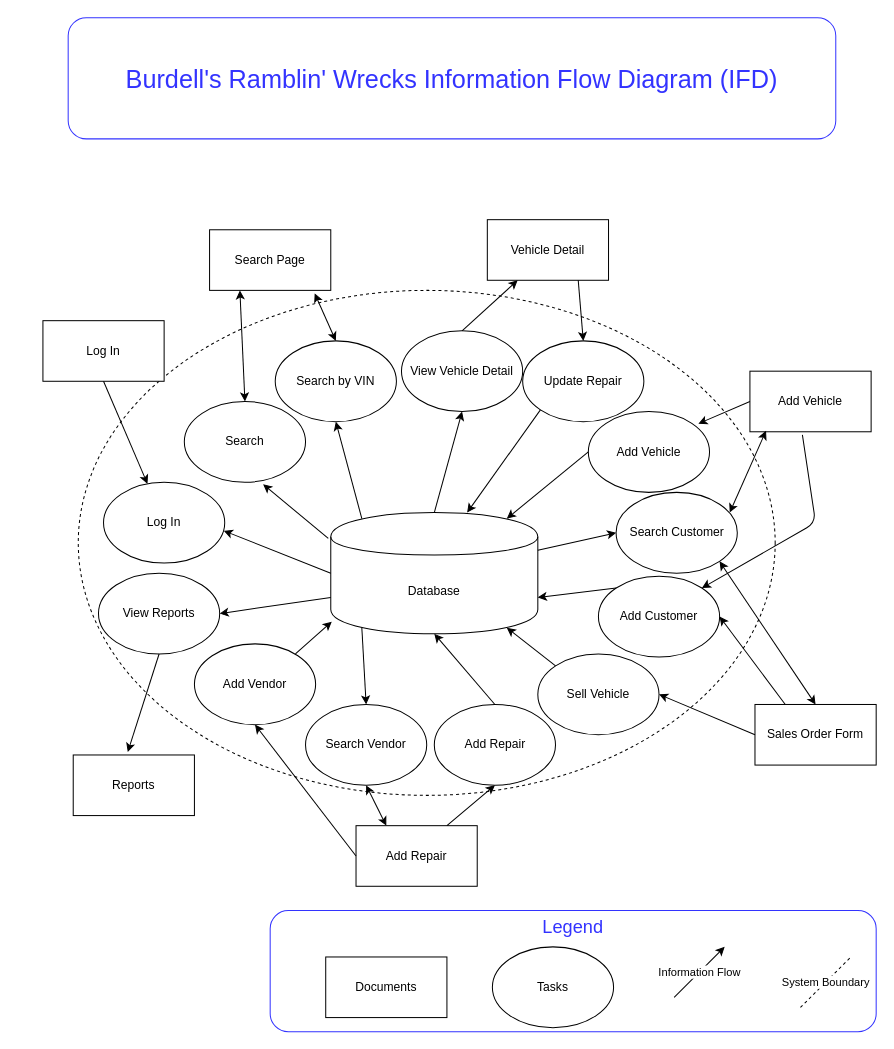
meetashok/cs6400-crud-app keeps this draw.io diagram as page "Copy of Page-1" (2 of 2) of phase_1/ifd_draft_v1.drawio. Above is the earlier version. Source tidied: cells renumbered, new cells numbered last; positions are measured from the earlier drawing's top-left corner, leaving out a move shared by most shapes. Both pictures are drawn from the tidied source at 101%, with x=0, y=0 at pixel (42, 17).
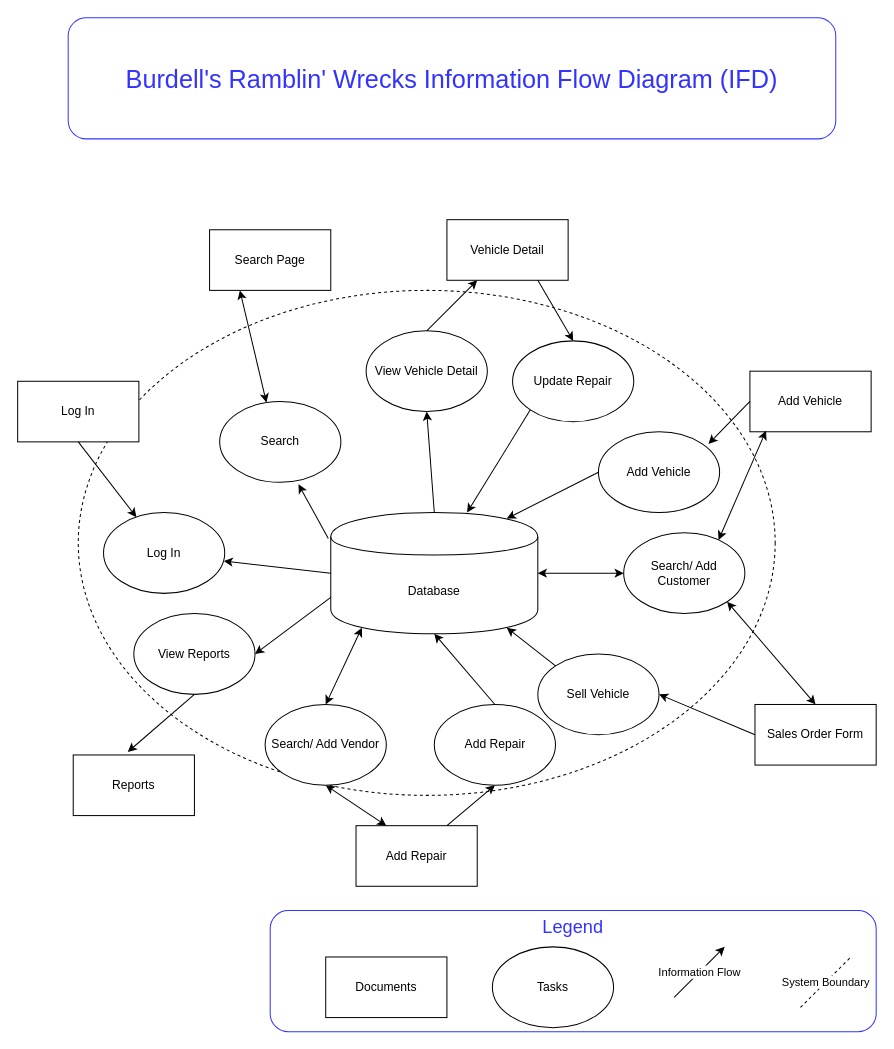
After the change.

Commit message (it also covers changes not shown here):
adding newly updated diagrams for EER and IFD

The change refers to these unchanged cells:
```xml
<mxCell id="3" value="Database" style="shape=cylinder;whiteSpace=wrap;html=1;boundedLbl=1;backgroundOutline=1;" parent="1" vertex="1">
  <mxGeometry x="285" y="490" width="205" height="120" as="geometry" />
</mxCell>
<mxCell id="5" value="Search Page" style="rounded=0;whiteSpace=wrap;html=1;" parent="1" vertex="1">
  <mxGeometry x="165" y="210" width="120" height="60" as="geometry" />
</mxCell>
<mxCell id="7" value="Add Vehicle" style="rounded=0;whiteSpace=wrap;html=1;" parent="1" vertex="1">
  <mxGeometry x="700" y="350" width="120" height="60" as="geometry" />
</mxCell>
<mxCell id="18" value="Add Repair" style="rounded=0;whiteSpace=wrap;html=1;" parent="1" vertex="1">
  <mxGeometry x="310" y="800" width="120" height="60" as="geometry" />
</mxCell>
<mxCell id="19" value="Sales Order Form" style="rounded=0;whiteSpace=wrap;html=1;" parent="1" vertex="1">
  <mxGeometry x="705" y="680" width="120" height="60" as="geometry" />
</mxCell>
```

The edit, as a diff of the source:
```diff
@@
     <mxCell id="4" value="Log In" style="rounded=0;whiteSpace=wrap;html=1;" parent="1" vertex="1">
-      <mxGeometry y="300" width="120" height="60" as="geometry" />
+      <mxGeometry x="-25" y="360" width="120" height="60" as="geometry" />
     </mxCell>
@@
     <mxCell id="8" value="Search" style="ellipse;whiteSpace=wrap;html=1;" parent="1" vertex="1">
-      <mxGeometry x="140" y="380" width="120" height="80" as="geometry" />
+      <mxGeometry x="175" y="380" width="120" height="80" as="geometry" />
     </mxCell>
@@
     <mxCell id="12" value="Log In" style="ellipse;whiteSpace=wrap;html=1;" parent="1" vertex="1">
-      <mxGeometry x="60" y="460" width="120" height="80" as="geometry" />
+      <mxGeometry x="60" y="490" width="120" height="80" as="geometry" />
     </mxCell>
-    <mxCell id="13" value="Search Customer" style="ellipse;whiteSpace=wrap;html=1;" parent="1" vertex="1">
-      <mxGeometry x="567.5" y="470" width="120" height="80" as="geometry" />
+    <mxCell id="13" value="Search/ Add Customer" style="ellipse;whiteSpace=wrap;html=1;" parent="1" vertex="1">
+      <mxGeometry x="575" y="510" width="120" height="80" as="geometry" />
     </mxCell>
-    <mxCell id="14" value="Add Customer" style="ellipse;whiteSpace=wrap;html=1;" parent="1" vertex="1">
-      <mxGeometry x="550" y="553" width="120" height="80" as="geometry" />
-    </mxCell>
-    <mxCell id="15" value="Search by VIN" style="ellipse;whiteSpace=wrap;html=1;" parent="1" vertex="1">
-      <mxGeometry x="230" y="320" width="120" height="80" as="geometry" />
-    </mxCell>
     <mxCell id="16" value="Vehicle Detail" style="rounded=0;whiteSpace=wrap;html=1;" parent="1" vertex="1">
-      <mxGeometry x="440" y="200" width="120" height="60" as="geometry" />
+      <mxGeometry x="400" y="200" width="120" height="60" as="geometry" />
     </mxCell>
     <mxCell id="17" value="Add Vehicle" style="ellipse;whiteSpace=wrap;html=1;" parent="1" vertex="1">
-      <mxGeometry x="540" y="390" width="120" height="80" as="geometry" />
+      <mxGeometry x="550" y="410" width="120" height="80" as="geometry" />
     </mxCell>
@@
-    <mxCell id="20" value="Search Vendor" style="ellipse;whiteSpace=wrap;html=1;" parent="1" vertex="1">
-      <mxGeometry x="260" y="680" width="120" height="80" as="geometry" />
+    <mxCell id="20" value="Search/ Add Vendor" style="ellipse;whiteSpace=wrap;html=1;" parent="1" vertex="1">
+      <mxGeometry x="220" y="680" width="120" height="80" as="geometry" />
     </mxCell>
-    <mxCell id="21" value="Add Vendor" style="ellipse;whiteSpace=wrap;html=1;" parent="1" vertex="1">
-      <mxGeometry x="150" y="620" width="120" height="80" as="geometry" />
-    </mxCell>
@@
     <mxCell id="23" value="View Vehicle Detail" style="ellipse;whiteSpace=wrap;html=1;" parent="1" vertex="1">
-      <mxGeometry x="355" y="310" width="120" height="80" as="geometry" />
+      <mxGeometry x="320" y="310" width="120" height="80" as="geometry" />
     </mxCell>
@@
     <mxCell id="26" value="View Reports" style="ellipse;whiteSpace=wrap;html=1;" parent="1" vertex="1">
-      <mxGeometry x="55" y="550" width="120" height="80" as="geometry" />
+      <mxGeometry x="90" y="590" width="120" height="80" as="geometry" />
     </mxCell>
     <mxCell id="27" value="Update Repair" style="ellipse;whiteSpace=wrap;html=1;" parent="1" vertex="1">
-      <mxGeometry x="475" y="320" width="120" height="80" as="geometry" />
+      <mxGeometry x="465" y="320" width="120" height="80" as="geometry" />
     </mxCell>
@@
-    <mxCell id="32" style="endArrow=classic;html=1;exitX=0.15;exitY=0.05;exitDx=0;exitDy=0;exitPerimeter=0;entryX=0.5;entryY=1;entryDx=0;entryDy=0;" parent="1" edge="1" source="3" target="15">
-      <mxGeometry relative="1" as="geometry" />
-    </mxCell>
-    <mxCell id="33" style="endArrow=classic;startArrow=classic;html=1;entryX=0.25;entryY=1;entryDx=0;entryDy=0;" parent="1" edge="1" target="5">
-      <mxGeometry relative="1" as="geometry">
-        <mxPoint x="200" y="380" as="sourcePoint" />
-      </mxGeometry>
+    <mxCell id="33" style="endArrow=classic;startArrow=classic;html=1;entryX=0.25;entryY=1;entryDx=0;entryDy=0;exitX=0.386;exitY=0.013;exitDx=0;exitDy=0;exitPerimeter=0;" parent="1" edge="1" source="8" target="5">
+      <mxGeometry relative="1" as="geometry" />
     </mxCell>
-    <mxCell id="34" style="endArrow=classic;startArrow=classic;html=1;exitX=0.5;exitY=0;exitDx=0;exitDy=0;entryX=0.867;entryY=1.05;entryDx=0;entryDy=0;entryPerimeter=0;" parent="1" edge="1" source="15" target="5">
-      <mxGeometry relative="1" as="geometry" />
-    </mxCell>
@@
-    <mxCell id="40" style="endArrow=classic;html=1;strokeColor=#000000;entryX=0;entryY=0.5;entryDx=0;entryDy=0;" parent="1" edge="1" source="3" target="13">
+    <mxCell id="40" style="endArrow=classic;html=1;strokeColor=#000000;entryX=0;entryY=0.5;entryDx=0;entryDy=0;startArrow=classic;startFill=1;" parent="1" edge="1" source="3" target="13">
       <mxGeometry relative="1" as="geometry" />
     </mxCell>
-    <mxCell id="41" style="endArrow=classic;startArrow=classic;html=1;strokeColor=#000000;entryX=0.133;entryY=0.983;entryDx=0;entryDy=0;entryPerimeter=0;" parent="1" edge="1" target="7">
-      <mxGeometry relative="1" as="geometry">
-        <mxPoint x="680" y="490" as="sourcePoint" />
-      </mxGeometry>
+    <mxCell id="41" style="endArrow=classic;startArrow=classic;html=1;strokeColor=#000000;entryX=0.133;entryY=0.983;entryDx=0;entryDy=0;entryPerimeter=0;exitX=0.783;exitY=0.088;exitDx=0;exitDy=0;exitPerimeter=0;" parent="1" edge="1" source="13" target="7">
+      <mxGeometry relative="1" as="geometry" />
     </mxCell>
-    <mxCell id="42" style="endArrow=classic;html=1;strokeColor=#000000;exitX=0;exitY=0;exitDx=0;exitDy=0;entryX=1;entryY=0.7;entryDx=0;entryDy=0;" parent="1" edge="1" source="14" target="3">
-      <mxGeometry relative="1" as="geometry" />
-    </mxCell>
@@
-    <mxCell id="44" style="endArrow=none;startArrow=classic;html=1;strokeColor=#000000;entryX=0.433;entryY=1.05;entryDx=0;entryDy=0;entryPerimeter=0;exitX=1;exitY=0;exitDx=0;exitDy=0;endFill=0;" parent="1" edge="1" source="14" target="7">
-      <mxGeometry relative="1" as="geometry">
-        <Array as="points">
-          <mxPoint x="765" y="500" />
-        </Array>
-      </mxGeometry>
-    </mxCell>
-    <mxCell id="45" style="endArrow=none;startArrow=classic;html=1;strokeColor=#000000;entryX=0.25;entryY=0;entryDx=0;entryDy=0;exitX=1;exitY=0.5;exitDx=0;exitDy=0;startFill=1;endFill=0;" parent="1" edge="1" source="14" target="19">
-      <mxGeometry relative="1" as="geometry" />
-    </mxCell>
@@
-    <mxCell id="50" style="endArrow=classic;startArrow=none;html=1;strokeColor=#000000;entryX=0.5;entryY=1;entryDx=0;entryDy=0;exitX=0;exitY=0.5;exitDx=0;exitDy=0;startFill=0;" parent="1" edge="1" source="18" target="21">
-      <mxGeometry relative="1" as="geometry" />
-    </mxCell>
-    <mxCell id="51" style="endArrow=classic;html=1;strokeColor=#000000;entryX=0.005;entryY=0.9;entryDx=0;entryDy=0;entryPerimeter=0;" parent="1" edge="1" target="3">
-      <mxGeometry relative="1" as="geometry">
-        <mxPoint x="250" y="630" as="sourcePoint" />
-      </mxGeometry>
-    </mxCell>
-    <mxCell id="52" style="endArrow=classic;html=1;strokeColor=#000000;exitX=0.15;exitY=0.95;exitDx=0;exitDy=0;exitPerimeter=0;entryX=0.5;entryY=0;entryDx=0;entryDy=0;" parent="1" edge="1" source="3" target="20">
+    <mxCell id="52" style="endArrow=classic;html=1;strokeColor=#000000;exitX=0.15;exitY=0.95;exitDx=0;exitDy=0;exitPerimeter=0;entryX=0.5;entryY=0;entryDx=0;entryDy=0;startArrow=classic;startFill=1;" parent="1" edge="1" source="3" target="20">
       <mxGeometry relative="1" as="geometry" />
     </mxCell>
```
